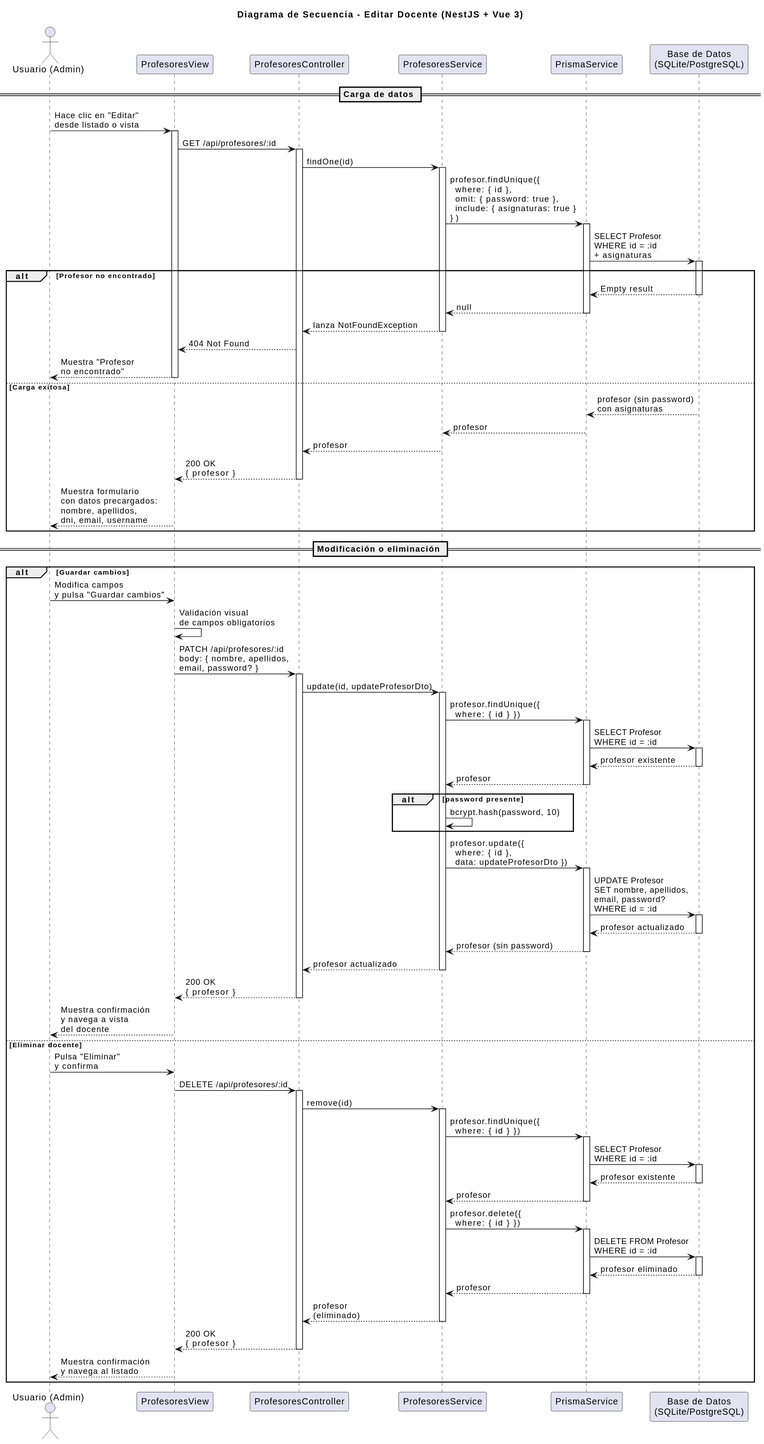
Earlier version of the PlantUML export images/diseño/editarDocente/secuencia.svg (marcosgutierrez6/25-26-idsw2-sdVC).
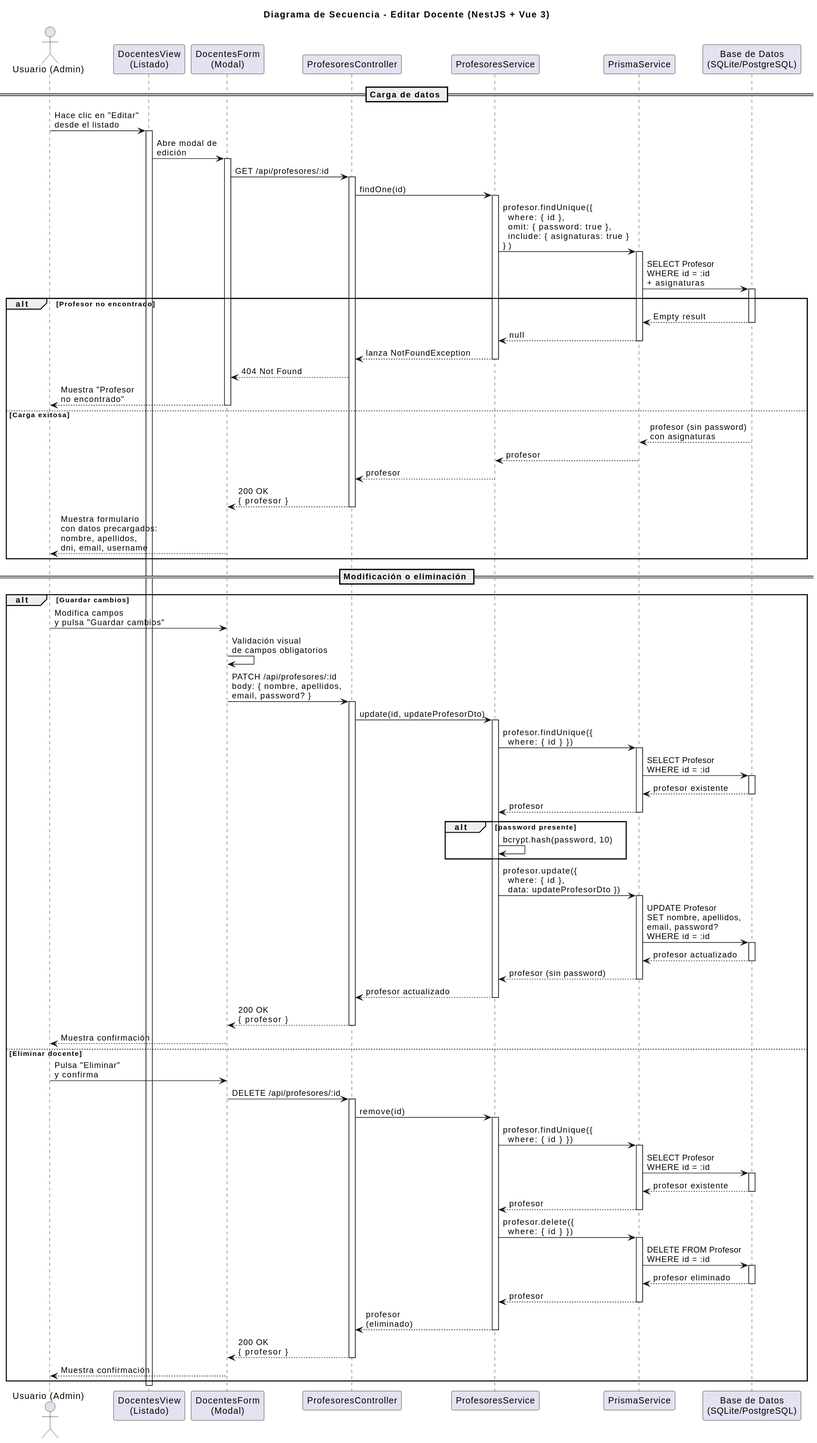
The same file after the commit.

Change to the diagram source:
```diff
@@ -2,7 +2,8 @@
 title Diagrama de Secuencia - Editar Docente (NestJS + Vue 3)
 
 actor "Usuario (Admin)" as User
-participant "ProfesoresView" as FE
+participant "DocentesView\n(Listado)" as List
+participant "DocentesForm\n(Modal)" as Form
 participant "ProfesoresController" as Controller
 participant "ProfesoresService" as Service
 participant "PrismaService" as Prisma
@@ -10,10 +11,13 @@
 
 == Carga de datos ==
 
-User -> FE: Hace clic en "Editar"\ndesde listado o vista
-activate FE
+User -> List: Hace clic en "Editar"\ndesde el listado
+activate List
 
-FE -> Controller: GET /api/profesores/:id
+List -> Form: Abre modal de\nedición
+activate Form
+
+Form -> Controller: GET /api/profesores/:id
 activate Controller
 
 Controller -> Service: findOne(id)
@@ -31,9 +35,9 @@
   deactivate Prisma
   Service --> Controller: lanza NotFoundException
   deactivate Service
-  Controller --> FE: 404 Not Found
-  FE --> User: Muestra "Profesor\nno encontrado"
-  deactivate FE
+  Controller --> Form: 404 Not Found
+  Form --> User: Muestra "Profesor\nno encontrado"
+  deactivate Form
 else Carga exitosa
   DB --> Prisma: profesor (sin password)\ncon asignaturas
   deactivate DB
@@ -41,18 +45,18 @@
   deactivate Prisma
   Service --> Controller: profesor
   deactivate Service
-  Controller --> FE: 200 OK\n{ profesor }
+  Controller --> Form: 200 OK\n{ profesor }
   deactivate Controller
-  FE --> User: Muestra formulario\ncon datos precargados:\nnombre, apellidos,\ndni, email, username
+  Form --> User: Muestra formulario\ncon datos precargados:\nnombre, apellidos,\ndni, email, username
 end
 
 == Modificación o eliminación ==
 
 alt Guardar cambios
-  User -> FE: Modifica campos\ny pulsa "Guardar cambios"
-  FE -> FE: Validación visual\nde campos obligatorios
+  User -> Form: Modifica campos\ny pulsa "Guardar cambios"
+  Form -> Form: Validación visual\nde campos obligatorios
 
-  FE -> Controller: PATCH /api/profesores/:id\nbody: { nombre, apellidos,\nemail, password? }
+  Form -> Controller: PATCH /api/profesores/:id\nbody: { nombre, apellidos,\nemail, password? }
   activate Controller
   Controller -> Service: update(id, updateProfesorDto)
   activate Service
@@ -81,13 +85,13 @@
 
   Service --> Controller: profesor actualizado
   deactivate Service
-  Controller --> FE: 200 OK\n{ profesor }
+  Controller --> Form: 200 OK\n{ profesor }
   deactivate Controller
-  FE --> User: Muestra confirmación\ny navega a vista\ndel docente
+  Form --> User: Muestra confirmación
 
 else Eliminar docente
-  User -> FE: Pulsa "Eliminar"\ny confirma
-  FE -> Controller: DELETE /api/profesores/:id
+  User -> Form: Pulsa "Eliminar"\ny confirma
+  Form -> Controller: DELETE /api/profesores/:id
   activate Controller
   Controller -> Service: remove(id)
   activate Service
@@ -112,10 +116,11 @@
 
   Service --> Controller: profesor\n(eliminado)
   deactivate Service
-  Controller --> FE: 200 OK\n{ profesor }
+  Controller --> Form: 200 OK\n{ profesor }
   deactivate Controller
-  FE --> User: Muestra confirmación\ny navega al listado
+  Form --> User: Muestra confirmación
 end
 
-deactivate FE
+deactivate Form
+deactivate List
 @enduml
```
